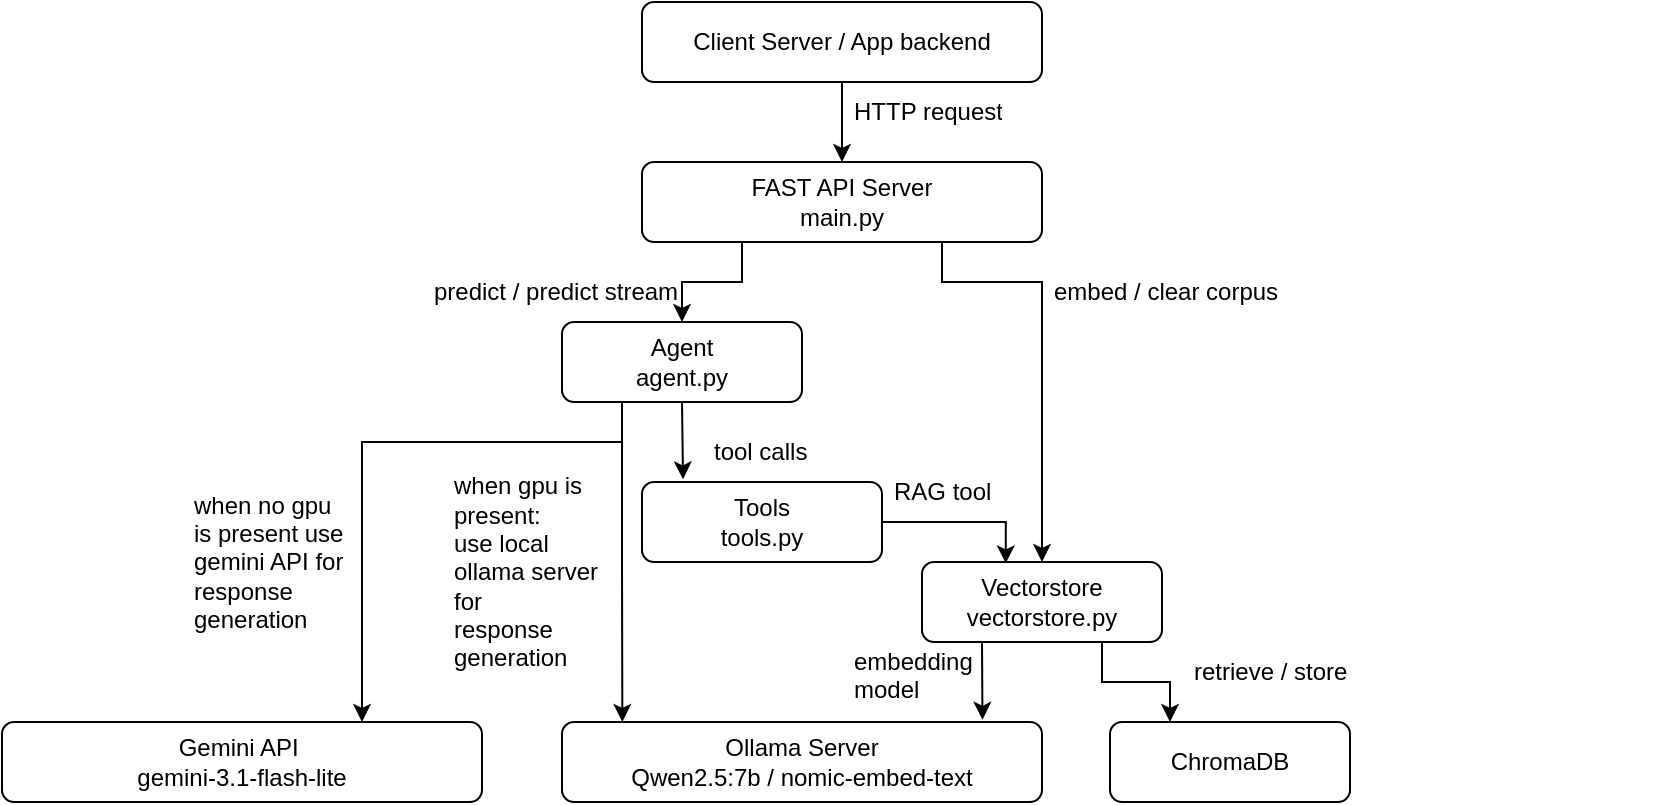
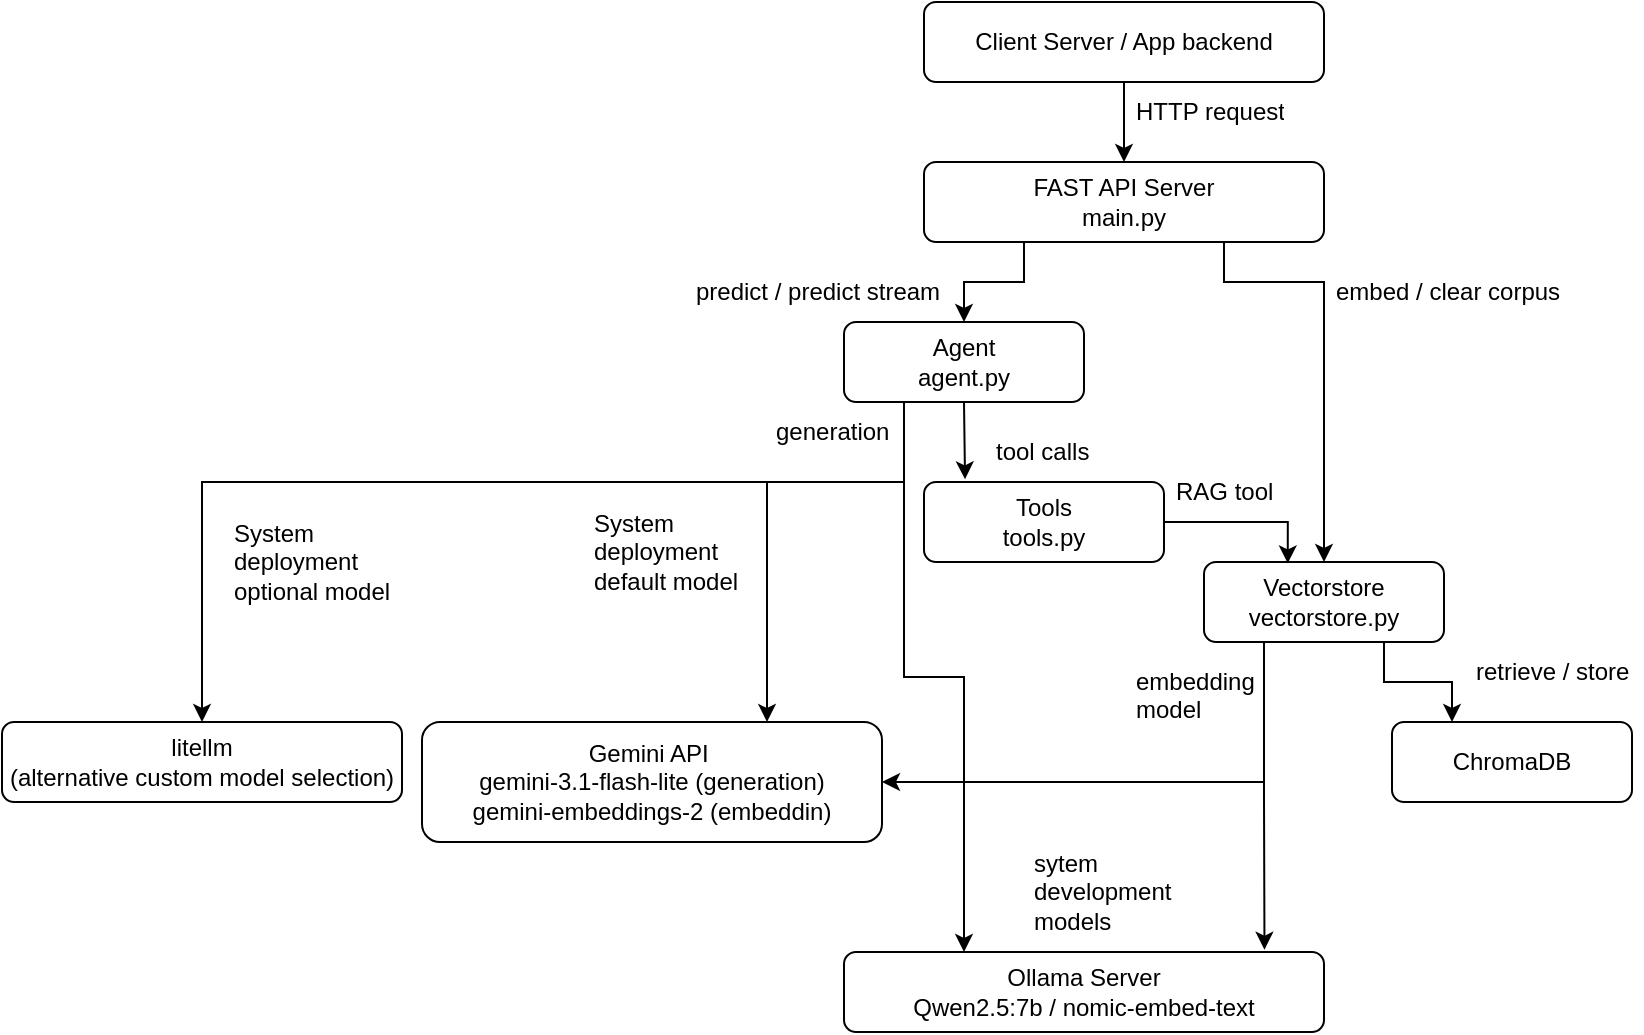
<mxfile host="Electron" agent="Mozilla/5.0 (Windows NT 10.0; Win64; x64) AppleWebKit/537.36 (KHTML, like Gecko) draw.io/26.2.2 Chrome/134.0.6998.178 Electron/35.1.2 Safari/537.36" version="26.2.2">
  <diagram id="C5RBs43oDa-KdzZeNtuy" name="Page-1">
    <mxGraphModel dx="1428" dy="841" grid="1" gridSize="10" guides="1" tooltips="1" connect="1" arrows="1" fold="1" page="1" pageScale="1" pageWidth="827" pageHeight="1169" math="0" shadow="0">
      <root>
        <mxCell id="WIyWlLk6GJQsqaUBKTNV-0" />
        <mxCell id="WIyWlLk6GJQsqaUBKTNV-1" parent="WIyWlLk6GJQsqaUBKTNV-0" />
        <mxCell id="hysvKyFLoEm_PwmH-Lzk-20" style="edgeStyle=orthogonalEdgeStyle;rounded=0;orthogonalLoop=1;jettySize=auto;html=1;exitX=0.5;exitY=1;exitDx=0;exitDy=0;entryX=0.5;entryY=0;entryDx=0;entryDy=0;" parent="WIyWlLk6GJQsqaUBKTNV-1" source="WIyWlLk6GJQsqaUBKTNV-3" target="WIyWlLk6GJQsqaUBKTNV-7" edge="1">
          <mxGeometry relative="1" as="geometry" />
        </mxCell>
        <mxCell id="WIyWlLk6GJQsqaUBKTNV-3" value="Client Server / App backend" style="rounded=1;whiteSpace=wrap;html=1;fontSize=12;glass=0;strokeWidth=1;shadow=0;" parent="WIyWlLk6GJQsqaUBKTNV-1" vertex="1">
-           <mxGeometry x="380" y="70" width="200" height="40" as="geometry" />
+           <mxGeometry x="521" y="70" width="200" height="40" as="geometry" />
        </mxCell>
        <mxCell id="hysvKyFLoEm_PwmH-Lzk-22" style="edgeStyle=orthogonalEdgeStyle;rounded=0;orthogonalLoop=1;jettySize=auto;html=1;exitX=0.75;exitY=1;exitDx=0;exitDy=0;" parent="WIyWlLk6GJQsqaUBKTNV-1" source="WIyWlLk6GJQsqaUBKTNV-7" target="hysvKyFLoEm_PwmH-Lzk-1" edge="1">
          <mxGeometry relative="1" as="geometry">
            <Array as="points">
-               <mxPoint x="530" y="210" />
-               <mxPoint x="580" y="210" />
+               <mxPoint x="671" y="210" />
+               <mxPoint x="721" y="210" />
            </Array>
          </mxGeometry>
        </mxCell>
        <mxCell id="hysvKyFLoEm_PwmH-Lzk-29" style="edgeStyle=orthogonalEdgeStyle;rounded=0;orthogonalLoop=1;jettySize=auto;html=1;exitX=0.25;exitY=1;exitDx=0;exitDy=0;entryX=0.5;entryY=0;entryDx=0;entryDy=0;" parent="WIyWlLk6GJQsqaUBKTNV-1" source="WIyWlLk6GJQsqaUBKTNV-7" target="hysvKyFLoEm_PwmH-Lzk-0" edge="1">
          <mxGeometry relative="1" as="geometry" />
        </mxCell>
        <mxCell id="WIyWlLk6GJQsqaUBKTNV-7" value="FAST API Server&lt;div&gt;main.py&lt;/div&gt;" style="rounded=1;whiteSpace=wrap;html=1;fontSize=12;glass=0;strokeWidth=1;shadow=0;" parent="WIyWlLk6GJQsqaUBKTNV-1" vertex="1">
-           <mxGeometry x="380" y="150" width="200" height="40" as="geometry" />
+           <mxGeometry x="521" y="150" width="200" height="40" as="geometry" />
        </mxCell>
-         <mxCell id="hysvKyFLoEm_PwmH-Lzk-31" style="edgeStyle=orthogonalEdgeStyle;rounded=0;orthogonalLoop=1;jettySize=auto;html=1;exitX=0.25;exitY=1;exitDx=0;exitDy=0;" parent="WIyWlLk6GJQsqaUBKTNV-1" source="hysvKyFLoEm_PwmH-Lzk-0" edge="1">
+         <mxCell id="hysvKyFLoEm_PwmH-Lzk-31" style="edgeStyle=orthogonalEdgeStyle;rounded=0;orthogonalLoop=1;jettySize=auto;html=1;exitX=0.25;exitY=1;exitDx=0;exitDy=0;entryX=0.25;entryY=0;entryDx=0;entryDy=0;" parent="WIyWlLk6GJQsqaUBKTNV-1" source="hysvKyFLoEm_PwmH-Lzk-0" edge="1" target="hysvKyFLoEm_PwmH-Lzk-2">
          <mxGeometry relative="1" as="geometry">
-             <mxPoint x="370.1724137931035" y="430" as="targetPoint" />
+             <mxPoint x="511.1724137931035" y="430" as="targetPoint" />
          </mxGeometry>
        </mxCell>
        <mxCell id="hysvKyFLoEm_PwmH-Lzk-0" value="Agent&lt;div&gt;agent.py&lt;/div&gt;" style="rounded=1;whiteSpace=wrap;html=1;fontSize=12;glass=0;strokeWidth=1;shadow=0;" parent="WIyWlLk6GJQsqaUBKTNV-1" vertex="1">
-           <mxGeometry x="340" y="230" width="120" height="40" as="geometry" />
+           <mxGeometry x="481" y="230" width="120" height="40" as="geometry" />
        </mxCell>
        <mxCell id="hysvKyFLoEm_PwmH-Lzk-28" style="edgeStyle=orthogonalEdgeStyle;rounded=0;orthogonalLoop=1;jettySize=auto;html=1;exitX=0.75;exitY=1;exitDx=0;exitDy=0;entryX=0.25;entryY=0;entryDx=0;entryDy=0;" parent="WIyWlLk6GJQsqaUBKTNV-1" source="hysvKyFLoEm_PwmH-Lzk-1" target="hysvKyFLoEm_PwmH-Lzk-9" edge="1">
          <mxGeometry relative="1" as="geometry" />
        </mxCell>
        <mxCell id="hysvKyFLoEm_PwmH-Lzk-1" value="Vectorstore&lt;div&gt;vectorstore.py&lt;/div&gt;" style="rounded=1;whiteSpace=wrap;html=1;fontSize=12;glass=0;strokeWidth=1;shadow=0;" parent="WIyWlLk6GJQsqaUBKTNV-1" vertex="1">
-           <mxGeometry x="520" y="350" width="120" height="40" as="geometry" />
+           <mxGeometry x="661" y="350" width="120" height="40" as="geometry" />
        </mxCell>
        <mxCell id="hysvKyFLoEm_PwmH-Lzk-2" value="Ollama Server&lt;div&gt;&lt;span style=&quot;background-color: transparent; color: light-dark(rgb(0, 0, 0), rgb(255, 255, 255));&quot;&gt;Qwen2.5:7b / nomic-embed-text&lt;/span&gt;&lt;/div&gt;" style="rounded=1;whiteSpace=wrap;html=1;fontSize=12;glass=0;strokeWidth=1;shadow=0;" parent="WIyWlLk6GJQsqaUBKTNV-1" vertex="1">
-           <mxGeometry x="340" y="430" width="240" height="40" as="geometry" />
+           <mxGeometry x="481" y="545" width="240" height="40" as="geometry" />
        </mxCell>
        <mxCell id="hysvKyFLoEm_PwmH-Lzk-25" style="edgeStyle=orthogonalEdgeStyle;rounded=0;orthogonalLoop=1;jettySize=auto;html=1;exitX=1;exitY=0.5;exitDx=0;exitDy=0;entryX=0.349;entryY=0.017;entryDx=0;entryDy=0;entryPerimeter=0;" parent="WIyWlLk6GJQsqaUBKTNV-1" source="hysvKyFLoEm_PwmH-Lzk-3" target="hysvKyFLoEm_PwmH-Lzk-1" edge="1">
          <mxGeometry relative="1" as="geometry">
-             <mxPoint x="560" y="330" as="targetPoint" />
+             <mxPoint x="701" y="330" as="targetPoint" />
          </mxGeometry>
        </mxCell>
        <mxCell id="hysvKyFLoEm_PwmH-Lzk-3" value="Tools&lt;div&gt;tools.py&lt;/div&gt;" style="rounded=1;whiteSpace=wrap;html=1;fontSize=12;glass=0;strokeWidth=1;shadow=0;" parent="WIyWlLk6GJQsqaUBKTNV-1" vertex="1">
-           <mxGeometry x="380" y="310" width="120" height="40" as="geometry" />
+           <mxGeometry x="521" y="310" width="120" height="40" as="geometry" />
        </mxCell>
        <mxCell id="hysvKyFLoEm_PwmH-Lzk-9" value="ChromaDB" style="rounded=1;whiteSpace=wrap;html=1;fontSize=12;glass=0;strokeWidth=1;shadow=0;" parent="WIyWlLk6GJQsqaUBKTNV-1" vertex="1">
-           <mxGeometry x="614" y="430" width="120" height="40" as="geometry" />
+           <mxGeometry x="755" y="430" width="120" height="40" as="geometry" />
        </mxCell>
        <mxCell id="hysvKyFLoEm_PwmH-Lzk-34" style="edgeStyle=orthogonalEdgeStyle;rounded=0;orthogonalLoop=1;jettySize=auto;html=1;exitX=0.25;exitY=1;exitDx=0;exitDy=0;entryX=0.876;entryY=-0.028;entryDx=0;entryDy=0;entryPerimeter=0;" parent="WIyWlLk6GJQsqaUBKTNV-1" source="hysvKyFLoEm_PwmH-Lzk-1" target="hysvKyFLoEm_PwmH-Lzk-2" edge="1">
          <mxGeometry relative="1" as="geometry" />
        </mxCell>
        <mxCell id="hysvKyFLoEm_PwmH-Lzk-35" value="HTTP request" style="text;strokeColor=none;fillColor=none;align=left;verticalAlign=middle;spacingLeft=4;spacingRight=4;overflow=hidden;points=[[0,0.5],[1,0.5]];portConstraint=eastwest;rotatable=0;whiteSpace=wrap;html=1;" parent="WIyWlLk6GJQsqaUBKTNV-1" vertex="1">
-           <mxGeometry x="480" y="110" width="240" height="30" as="geometry" />
+           <mxGeometry x="621" y="110" width="240" height="30" as="geometry" />
        </mxCell>
        <mxCell id="hysvKyFLoEm_PwmH-Lzk-39" style="edgeStyle=orthogonalEdgeStyle;rounded=0;orthogonalLoop=1;jettySize=auto;html=1;exitX=0.5;exitY=1;exitDx=0;exitDy=0;entryX=0.171;entryY=-0.034;entryDx=0;entryDy=0;entryPerimeter=0;" parent="WIyWlLk6GJQsqaUBKTNV-1" source="hysvKyFLoEm_PwmH-Lzk-0" target="hysvKyFLoEm_PwmH-Lzk-3" edge="1">
          <mxGeometry relative="1" as="geometry" />
        </mxCell>
        <mxCell id="hysvKyFLoEm_PwmH-Lzk-45" value="embed / clear corpus&lt;span style=&quot;color: rgba(0, 0, 0, 0); font-family: monospace; font-size: 0px; text-wrap-mode: nowrap;&quot;&gt;%3CmxGraphModel%3E%3Croot%3E%3CmxCell%20id%3D%220%22%2F%3E%3CmxCell%20id%3D%221%22%20parent%3D%220%22%2F%3E%3CmxCell%20id%3D%222%22%20value%3D%22HTTP%20request%22%20style%3D%22text%3BstrokeColor%3Dnone%3BfillColor%3Dnone%3Balign%3Dleft%3BverticalAlign%3Dmiddle%3BspacingLeft%3D4%3BspacingRight%3D4%3Boverflow%3Dhidden%3Bpoints%3D%5B%5B0%2C0.5%5D%2C%5B1%2C0.5%5D%5D%3BportConstraint%3Deastwest%3Brotatable%3D0%3BwhiteSpace%3Dwrap%3Bhtml%3D1%3B%22%20vertex%3D%221%22%20parent%3D%221%22%3E%3CmxGeometry%20x%3D%22220%22%20y%3D%22120%22%20width%3D%22240%22%20height%3D%2230%22%20as%3D%22geometry%22%2F%3E%3C%2FmxCell%3E%3C%2Froot%3E%3C%2FmxGraphModel%3E&lt;/span&gt;" style="text;strokeColor=none;fillColor=none;align=left;verticalAlign=middle;spacingLeft=4;spacingRight=4;overflow=hidden;points=[[0,0.5],[1,0.5]];portConstraint=eastwest;rotatable=0;whiteSpace=wrap;html=1;" parent="WIyWlLk6GJQsqaUBKTNV-1" vertex="1">
-           <mxGeometry x="580" y="200" width="240" height="30" as="geometry" />
+           <mxGeometry x="721" y="200" width="129" height="30" as="geometry" />
        </mxCell>
        <mxCell id="hysvKyFLoEm_PwmH-Lzk-46" value="predict / predict stream" style="text;strokeColor=none;fillColor=none;align=left;verticalAlign=middle;spacingLeft=4;spacingRight=4;overflow=hidden;points=[[0,0.5],[1,0.5]];portConstraint=eastwest;rotatable=0;whiteSpace=wrap;html=1;" parent="WIyWlLk6GJQsqaUBKTNV-1" vertex="1">
-           <mxGeometry x="270" y="200" width="240" height="30" as="geometry" />
+           <mxGeometry x="401" y="200" width="240" height="30" as="geometry" />
        </mxCell>
        <mxCell id="hysvKyFLoEm_PwmH-Lzk-47" value="retrieve / store" style="text;strokeColor=none;fillColor=none;align=left;verticalAlign=middle;spacingLeft=4;spacingRight=4;overflow=hidden;points=[[0,0.5],[1,0.5]];portConstraint=eastwest;rotatable=0;whiteSpace=wrap;html=1;" parent="WIyWlLk6GJQsqaUBKTNV-1" vertex="1">
-           <mxGeometry x="650" y="390" width="240" height="30" as="geometry" />
-         </mxCell>
-         <mxCell id="hysvKyFLoEm_PwmH-Lzk-48" value="when gpu is present:&lt;div&gt;use local ollama server for&amp;nbsp;&lt;br&gt;&lt;div&gt;response generation&lt;/div&gt;&lt;/div&gt;" style="text;strokeColor=none;fillColor=none;align=left;verticalAlign=middle;spacingLeft=4;spacingRight=4;overflow=hidden;points=[[0,0.5],[1,0.5]];portConstraint=eastwest;rotatable=0;whiteSpace=wrap;html=1;" parent="WIyWlLk6GJQsqaUBKTNV-1" vertex="1">
-           <mxGeometry x="280" y="290" width="90" height="130" as="geometry" />
+           <mxGeometry x="791" y="390" width="89" height="30" as="geometry" />
        </mxCell>
        <mxCell id="hysvKyFLoEm_PwmH-Lzk-49" value="tool calls" style="text;strokeColor=none;fillColor=none;align=left;verticalAlign=middle;spacingLeft=4;spacingRight=4;overflow=hidden;points=[[0,0.5],[1,0.5]];portConstraint=eastwest;rotatable=0;whiteSpace=wrap;html=1;" parent="WIyWlLk6GJQsqaUBKTNV-1" vertex="1">
-           <mxGeometry x="410" y="280" width="60" height="30" as="geometry" />
+           <mxGeometry x="551" y="280" width="60" height="30" as="geometry" />
        </mxCell>
        <mxCell id="hysvKyFLoEm_PwmH-Lzk-50" value="RAG tool" style="text;strokeColor=none;fillColor=none;align=left;verticalAlign=middle;spacingLeft=4;spacingRight=4;overflow=hidden;points=[[0,0.5],[1,0.5]];portConstraint=eastwest;rotatable=0;whiteSpace=wrap;html=1;" parent="WIyWlLk6GJQsqaUBKTNV-1" vertex="1">
-           <mxGeometry x="500" y="300" width="60" height="30" as="geometry" />
+           <mxGeometry x="641" y="300" width="60" height="30" as="geometry" />
        </mxCell>
        <mxCell id="hysvKyFLoEm_PwmH-Lzk-52" value="embedding model" style="text;strokeColor=none;fillColor=none;align=left;verticalAlign=middle;spacingLeft=4;spacingRight=4;overflow=hidden;points=[[0,0.5],[1,0.5]];portConstraint=eastwest;rotatable=0;whiteSpace=wrap;html=1;" parent="WIyWlLk6GJQsqaUBKTNV-1" vertex="1">
-           <mxGeometry x="480" y="390" width="90" height="30" as="geometry" />
+           <mxGeometry x="621" y="400" width="90" height="30" as="geometry" />
        </mxCell>
-         <mxCell id="UoDf5N1w-RRINRICrYpu-0" value="Gemini API&amp;nbsp;&lt;div&gt;gemini-3.1-flash-lite&lt;/div&gt;" style="rounded=1;whiteSpace=wrap;html=1;fontSize=12;glass=0;strokeWidth=1;shadow=0;" parent="WIyWlLk6GJQsqaUBKTNV-1" vertex="1">
-           <mxGeometry x="60" y="430" width="240" height="40" as="geometry" />
+         <mxCell id="UoDf5N1w-RRINRICrYpu-0" value="Gemini API&amp;nbsp;&lt;div&gt;gemini-3.1-flash-lite (generation)&lt;/div&gt;&lt;div&gt;gemini-embeddings-2 (embeddin)&lt;/div&gt;" style="rounded=1;whiteSpace=wrap;html=1;fontSize=12;glass=0;strokeWidth=1;shadow=0;" parent="WIyWlLk6GJQsqaUBKTNV-1" vertex="1">
+           <mxGeometry x="270" y="430" width="230" height="60" as="geometry" />
        </mxCell>
        <mxCell id="UoDf5N1w-RRINRICrYpu-1" style="edgeStyle=orthogonalEdgeStyle;rounded=0;orthogonalLoop=1;jettySize=auto;html=1;exitX=0.25;exitY=1;exitDx=0;exitDy=0;entryX=0.75;entryY=0;entryDx=0;entryDy=0;" parent="WIyWlLk6GJQsqaUBKTNV-1" source="hysvKyFLoEm_PwmH-Lzk-0" target="UoDf5N1w-RRINRICrYpu-0" edge="1">
          <mxGeometry relative="1" as="geometry">
-             <mxPoint x="210.1724137931035" y="395" as="targetPoint" />
-             <mxPoint x="210" y="235" as="sourcePoint" />
+             <mxPoint x="351.1724137931035" y="395" as="targetPoint" />
+             <mxPoint x="351" y="235" as="sourcePoint" />
            <Array as="points">
-               <mxPoint x="370" y="290" />
-               <mxPoint x="240" y="290" />
+               <mxPoint x="511" y="310" />
+               <mxPoint x="443" y="310" />
            </Array>
          </mxGeometry>
        </mxCell>
-         <mxCell id="UoDf5N1w-RRINRICrYpu-2" value="when no gpu is present use gemini API for response generation" style="text;strokeColor=none;fillColor=none;align=left;verticalAlign=middle;spacingLeft=4;spacingRight=4;overflow=hidden;points=[[0,0.5],[1,0.5]];portConstraint=eastwest;rotatable=0;whiteSpace=wrap;html=1;" parent="WIyWlLk6GJQsqaUBKTNV-1" vertex="1">
-           <mxGeometry x="150" y="300" width="90" height="100" as="geometry" />
+         <mxCell id="UoDf5N1w-RRINRICrYpu-2" value="System deployment default model" style="text;strokeColor=none;fillColor=none;align=left;verticalAlign=middle;spacingLeft=4;spacingRight=4;overflow=hidden;points=[[0,0.5],[1,0.5]];portConstraint=eastwest;rotatable=0;whiteSpace=wrap;html=1;" parent="WIyWlLk6GJQsqaUBKTNV-1" vertex="1">
+           <mxGeometry x="350" y="310" width="90" height="70" as="geometry" />
+         </mxCell>
+         <mxCell id="HqzrHShWme4WqkqBRXEo-0" value="litellm&lt;div&gt;(alternative custom model selection)&lt;/div&gt;" style="rounded=1;whiteSpace=wrap;html=1;fontSize=12;glass=0;strokeWidth=1;shadow=0;" vertex="1" parent="WIyWlLk6GJQsqaUBKTNV-1">
+           <mxGeometry x="60" y="430" width="200" height="40" as="geometry" />
+         </mxCell>
+         <mxCell id="HqzrHShWme4WqkqBRXEo-1" style="edgeStyle=orthogonalEdgeStyle;rounded=0;orthogonalLoop=1;jettySize=auto;html=1;exitX=0.25;exitY=1;exitDx=0;exitDy=0;entryX=0.5;entryY=0;entryDx=0;entryDy=0;" edge="1" parent="WIyWlLk6GJQsqaUBKTNV-1" source="hysvKyFLoEm_PwmH-Lzk-0" target="HqzrHShWme4WqkqBRXEo-0">
+           <mxGeometry relative="1" as="geometry">
+             <mxPoint x="391" y="440" as="targetPoint" />
+             <mxPoint x="521" y="280" as="sourcePoint" />
+             <Array as="points">
+               <mxPoint x="511" y="310" />
+               <mxPoint x="160" y="310" />
+             </Array>
+           </mxGeometry>
+         </mxCell>
+         <mxCell id="HqzrHShWme4WqkqBRXEo-4" value="System deployment optional model" style="text;strokeColor=none;fillColor=none;align=left;verticalAlign=middle;spacingLeft=4;spacingRight=4;overflow=hidden;points=[[0,0.5],[1,0.5]];portConstraint=eastwest;rotatable=0;whiteSpace=wrap;html=1;" vertex="1" parent="WIyWlLk6GJQsqaUBKTNV-1">
+           <mxGeometry x="170" y="300" width="90" height="100" as="geometry" />
+         </mxCell>
+         <mxCell id="HqzrHShWme4WqkqBRXEo-5" style="edgeStyle=orthogonalEdgeStyle;rounded=0;orthogonalLoop=1;jettySize=auto;html=1;exitX=0.25;exitY=1;exitDx=0;exitDy=0;entryX=1;entryY=0.5;entryDx=0;entryDy=0;" edge="1" parent="WIyWlLk6GJQsqaUBKTNV-1" source="hysvKyFLoEm_PwmH-Lzk-1" target="UoDf5N1w-RRINRICrYpu-0">
+           <mxGeometry relative="1" as="geometry">
+             <mxPoint x="701" y="400" as="sourcePoint" />
+             <mxPoint x="701" y="554" as="targetPoint" />
+           </mxGeometry>
+         </mxCell>
+         <mxCell id="HqzrHShWme4WqkqBRXEo-6" value="sytem development models" style="text;strokeColor=none;fillColor=none;align=left;verticalAlign=middle;spacingLeft=4;spacingRight=4;overflow=hidden;points=[[0,0.5],[1,0.5]];portConstraint=eastwest;rotatable=0;whiteSpace=wrap;html=1;" vertex="1" parent="WIyWlLk6GJQsqaUBKTNV-1">
+           <mxGeometry x="570" y="490" width="90" height="50" as="geometry" />
+         </mxCell>
+         <mxCell id="HqzrHShWme4WqkqBRXEo-7" value="generation" style="text;strokeColor=none;fillColor=none;align=left;verticalAlign=middle;spacingLeft=4;spacingRight=4;overflow=hidden;points=[[0,0.5],[1,0.5]];portConstraint=eastwest;rotatable=0;whiteSpace=wrap;html=1;" vertex="1" parent="WIyWlLk6GJQsqaUBKTNV-1">
+           <mxGeometry x="441" y="270" width="80" height="30" as="geometry" />
        </mxCell>
      </root>
    </mxGraphModel>
  </diagram>
</mxfile>
